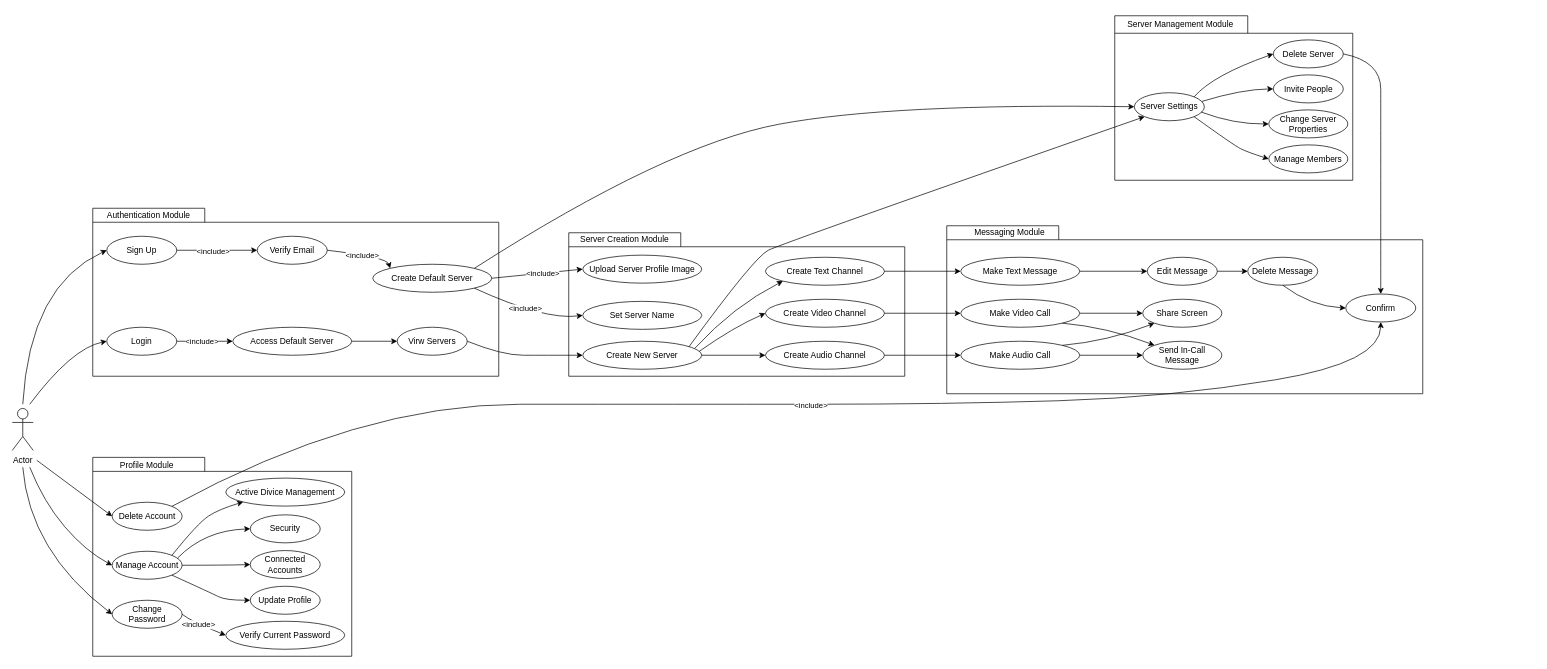
The draw.io diagram Usecase Diagram/Full Usecase Diagram.drawio in Harshul1484/BMP-, before the edit. Source tidied: cells renumbered, new cells numbered last; positions are measured from the earlier drawing's top-left corner, leaving out a move shared by most shapes. Both pictures are drawn from the tidied source at 70%, with x=0, y=0 at pixel (12, 12).
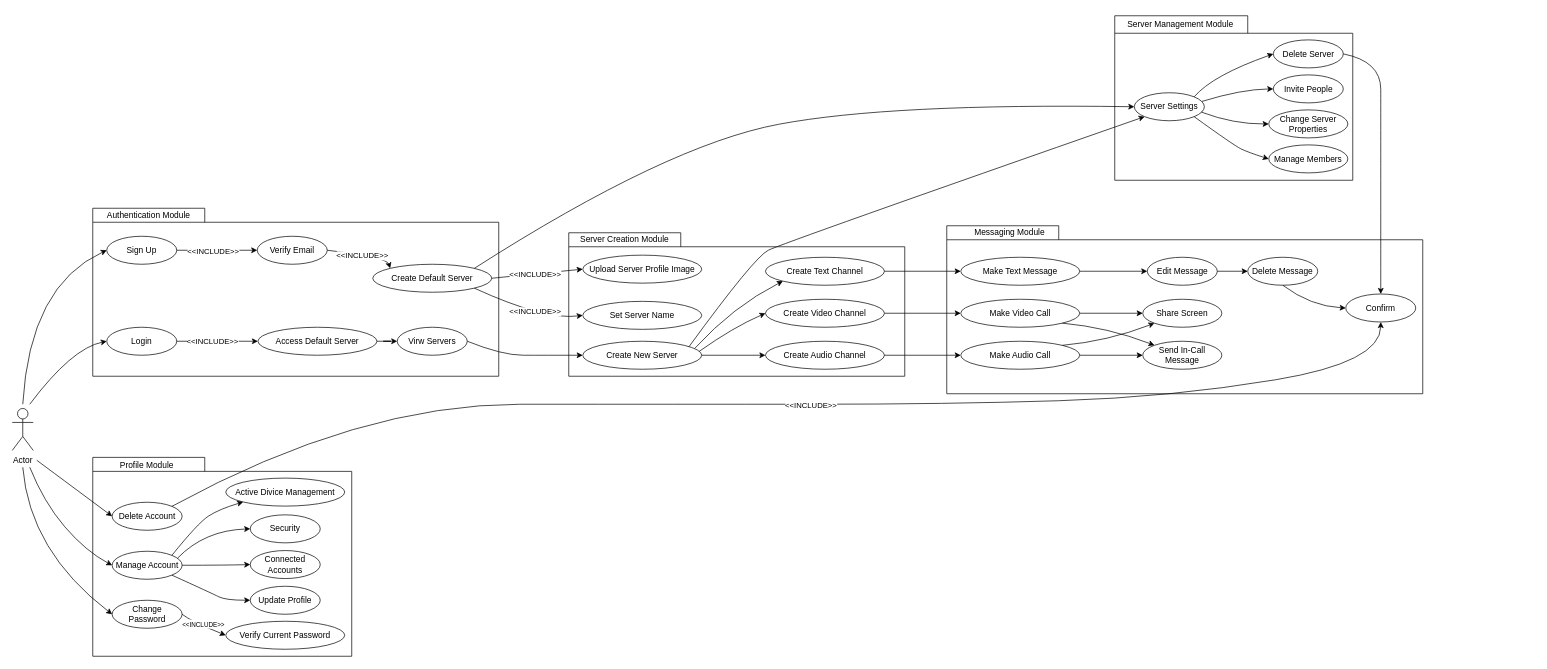
The same diagram, later.

The change refers to these unchanged cells:
```xml
<mxCell id="6" style="edgeStyle=orthogonalEdgeStyle;rounded=0;jettySize=auto;html=1;exitX=1;exitY=0.5;exitDx=0;exitDy=0;fillColor=none;" parent="1" edge="1" source="8" target="12">
  <mxGeometry relative="1" as="geometry" />
</mxCell>
<mxCell id="9" style="edgeStyle=orthogonalEdgeStyle;rounded=0;jettySize=auto;html=1;exitX=1;exitY=0.5;exitDx=0;exitDy=0;entryX=0;entryY=0.5;entryDx=0;entryDy=0;fillColor=none;" parent="1" edge="1" source="11" target="15">
  <mxGeometry relative="1" as="geometry" />
</mxCell>
<mxCell id="17" style="curved=1;endArrow=classic;html=1;rounded=0;exitX=1;exitY=0.5;exitDx=0;exitDy=0;entryX=0;entryY=0;entryDx=0;entryDy=0;fillColor=none;" parent="1" edge="1" source="12" target="13">
  <mxGeometry relative="1" as="geometry">
    <Array as="points">
      <mxPoint x="535" y="350" />
    </Array>
  </mxGeometry>
</mxCell>
<mxCell id="37" style="curved=1;endArrow=classic;html=1;rounded=0;exitX=1;exitY=0.5;exitDx=0;exitDy=0;entryX=0;entryY=0.5;entryDx=0;entryDy=0;fillColor=none;" parent="1" edge="1" source="27" target="33">
  <mxGeometry relative="1" as="geometry">
    <Array as="points">
      <mxPoint x="255" y="870" />
    </Array>
  </mxGeometry>
</mxCell>
<mxCell id="53" style="curved=1;endArrow=classic;html=1;rounded=0;exitX=1;exitY=0.5;exitDx=0;exitDy=0;entryX=0;entryY=0.5;entryDx=0;entryDy=0;fillColor=none;strokeColor=#000000;" parent="1" edge="1" source="13" target="44">
  <mxGeometry relative="1" as="geometry" />
</mxCell>
<mxCell id="55" style="curved=1;endArrow=classic;html=1;rounded=0;exitX=1;exitY=1;exitDx=0;exitDy=0;entryX=0;entryY=0.5;entryDx=0;entryDy=0;fillColor=none;" parent="1" edge="1" source="13" target="48">
  <mxGeometry relative="1" as="geometry">
    <Array as="points">
      <mxPoint x="760" y="440" />
    </Array>
  </mxGeometry>
</mxCell>
<mxCell id="90" style="curved=1;endArrow=classic;html=1;rounded=0;exitX=1;exitY=0;exitDx=0;exitDy=0;entryX=0.5;entryY=1;entryDx=0;entryDy=0;fillColor=none;" parent="1" edge="1" source="25" target="85">
  <mxGeometry relative="1" as="geometry">
    <Array as="points">
      <mxPoint x="495" y="560" />
      <mxPoint x="955" y="560" />
      <mxPoint x="1335" y="560" />
      <mxPoint x="1655" y="550" />
      <mxPoint x="1955" y="500" />
    </Array>
  </mxGeometry>
</mxCell>
```

What changed in the source:
```diff
@@
-    <mxCell id="7" value="&amp;lt;include&amp;gt;" style="edgeLabel;html=1;align=center;verticalAlign=middle;fillColor=none;" parent="6" vertex="1">
+    <mxCell id="7" value="&amp;lt;&amp;lt;INCLUDE&amp;gt;&amp;gt;" style="edgeLabel;html=1;align=center;verticalAlign=middle;fillColor=none;" parent="6" vertex="1">
       <mxGeometry x="-0.11" y="-1" relative="1" as="geometry" />
     </mxCell>
@@
-    <mxCell id="10" value="&amp;lt;include&amp;gt;" style="edgeLabel;html=1;align=center;verticalAlign=middle;fillColor=none;" parent="9" vertex="1">
+    <mxCell id="10" value="&amp;lt;&amp;lt;INCLUDE&amp;gt;&amp;gt;" style="edgeLabel;html=1;align=center;verticalAlign=middle;fillColor=none;" parent="9" vertex="1">
       <mxGeometry x="-0.13" relative="1" as="geometry" />
     </mxCell>
@@
     <mxCell id="15" value="Access Default Server" style="ellipse;whiteSpace=wrap;html=1;align=center;fillColor=none;" parent="1" vertex="1">
-      <mxGeometry x="315" y="450" width="170" height="40" as="geometry" />
+      <mxGeometry x="351" y="450" width="170" height="40" as="geometry" />
     </mxCell>
@@
-    <mxCell id="18" value="&amp;lt;include&amp;gt;" style="edgeLabel;html=1;align=center;verticalAlign=middle;fillColor=none;" parent="17" vertex="1">
+    <mxCell id="18" value="&amp;lt;&amp;lt;INCLUDE&amp;gt;&amp;gt;" style="edgeLabel;html=1;align=center;verticalAlign=middle;fillColor=none;" parent="17" vertex="1">
       <mxGeometry x="-0.02" y="-2" relative="1" as="geometry" />
     </mxCell>
@@
-    <mxCell id="38" value="&amp;lt;include&amp;gt;" style="edgeLabel;html=1;align=center;verticalAlign=middle;fillColor=none;" parent="37" vertex="1">
-      <mxGeometry x="-0.23" relative="1" as="geometry" />
-    </mxCell>
+    <mxCell id="96" value="&lt;font style=&quot;font-size: 9px;&quot;&gt;&amp;lt;&amp;lt;INCLUDE&amp;gt;&amp;gt;&lt;/font&gt;" style="edgeLabel;html=1;align=center;verticalAlign=middle;" parent="37" vertex="1">
+      <mxGeometry x="0.03" y="1" relative="1" as="geometry">
+        <mxPoint x="-2" y="-3" as="offset" />
+      </mxGeometry>
+    </mxCell>
@@
-    <mxCell id="54" value="&amp;lt;include&amp;gt;" style="edgeLabel;html=1;align=center;verticalAlign=middle;fillColor=none;" parent="53" vertex="1">
-      <mxGeometry x="0.12" y="-1" relative="1" as="geometry" />
-    </mxCell>
+    <mxCell id="97" value="&amp;lt;&amp;lt;INCLUDE&amp;gt;&amp;gt;" style="edgeLabel;html=1;align=center;verticalAlign=middle;" parent="53" vertex="1">
+      <mxGeometry x="-0.05" y="-1" relative="1" as="geometry" />
+    </mxCell>
@@
-    <mxCell id="56" value="&amp;lt;include&amp;gt;" style="edgeLabel;html=1;align=center;verticalAlign=middle;fillColor=none;" parent="55" vertex="1">
-      <mxGeometry x="-0.06" y="3" relative="1" as="geometry" />
-    </mxCell>
+    <mxCell id="98" value="&amp;lt;&amp;lt;INCLUDE&amp;gt;&amp;gt;" style="edgeLabel;html=1;align=center;verticalAlign=middle;" parent="55" vertex="1">
+      <mxGeometry x="0.11" y="6" relative="1" as="geometry" />
+    </mxCell>
@@
-    <mxCell id="91" value="&amp;lt;include&amp;gt;" style="edgeLabel;html=1;align=center;verticalAlign=middle;fillColor=none;" parent="90" vertex="1">
+    <mxCell id="91" value="&amp;lt;&amp;lt;INCLUDE&amp;gt;&amp;gt;" style="edgeLabel;html=1;align=center;verticalAlign=middle;fillColor=none;" parent="90" vertex="1">
       <mxGeometry x="0.04" y="-1" relative="1" as="geometry" />
     </mxCell>
```
